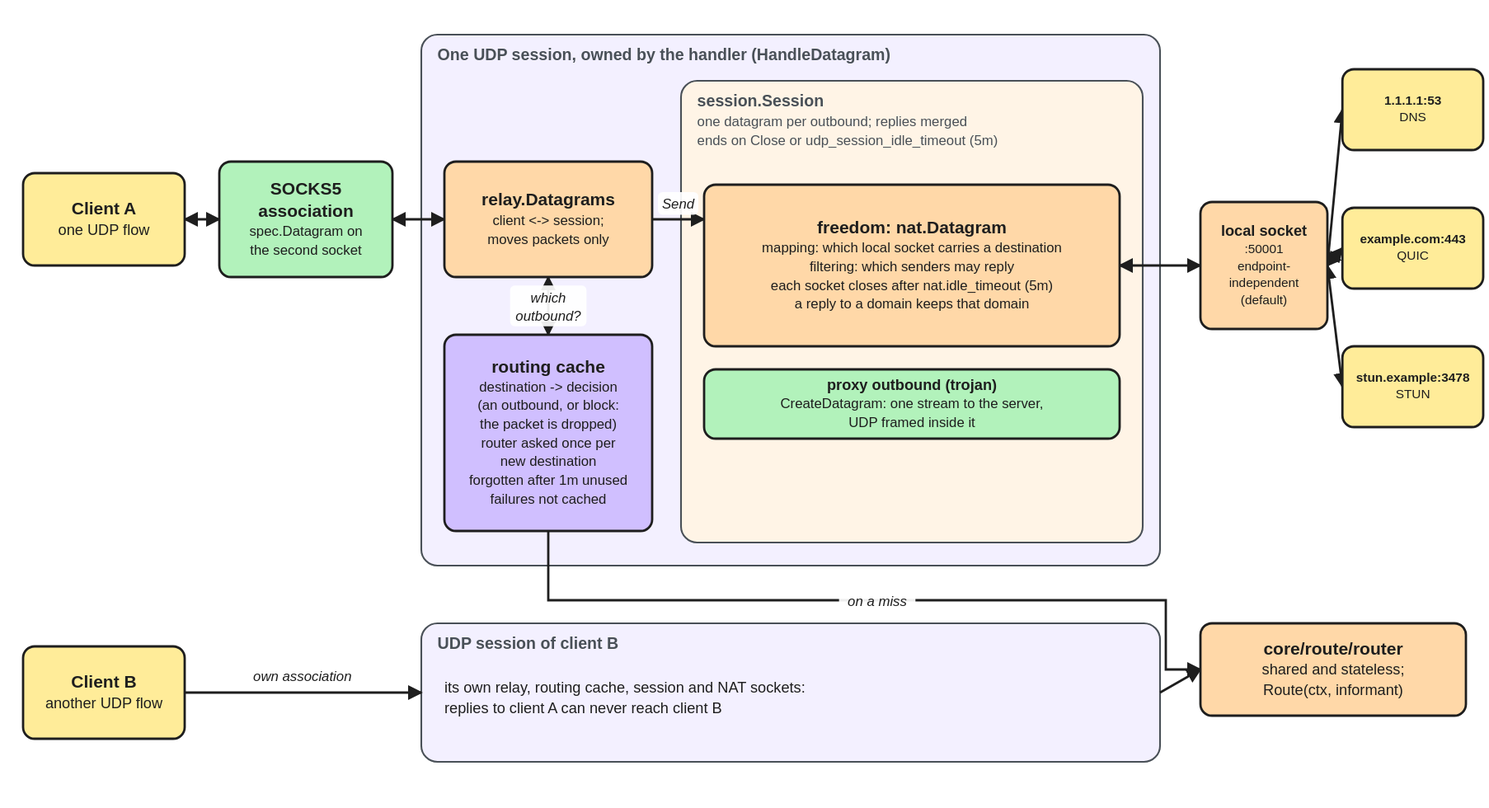
This is docs/assets/diagrams/udp-session-structure.excalidraw.svg from we-apranik/apranik, a Excalidraw export, as it was before one commit. Source tidied: one line per element, renumbered; positions are measured from the earlier drawing's top-left corner, leaving out a move shared by most shapes.
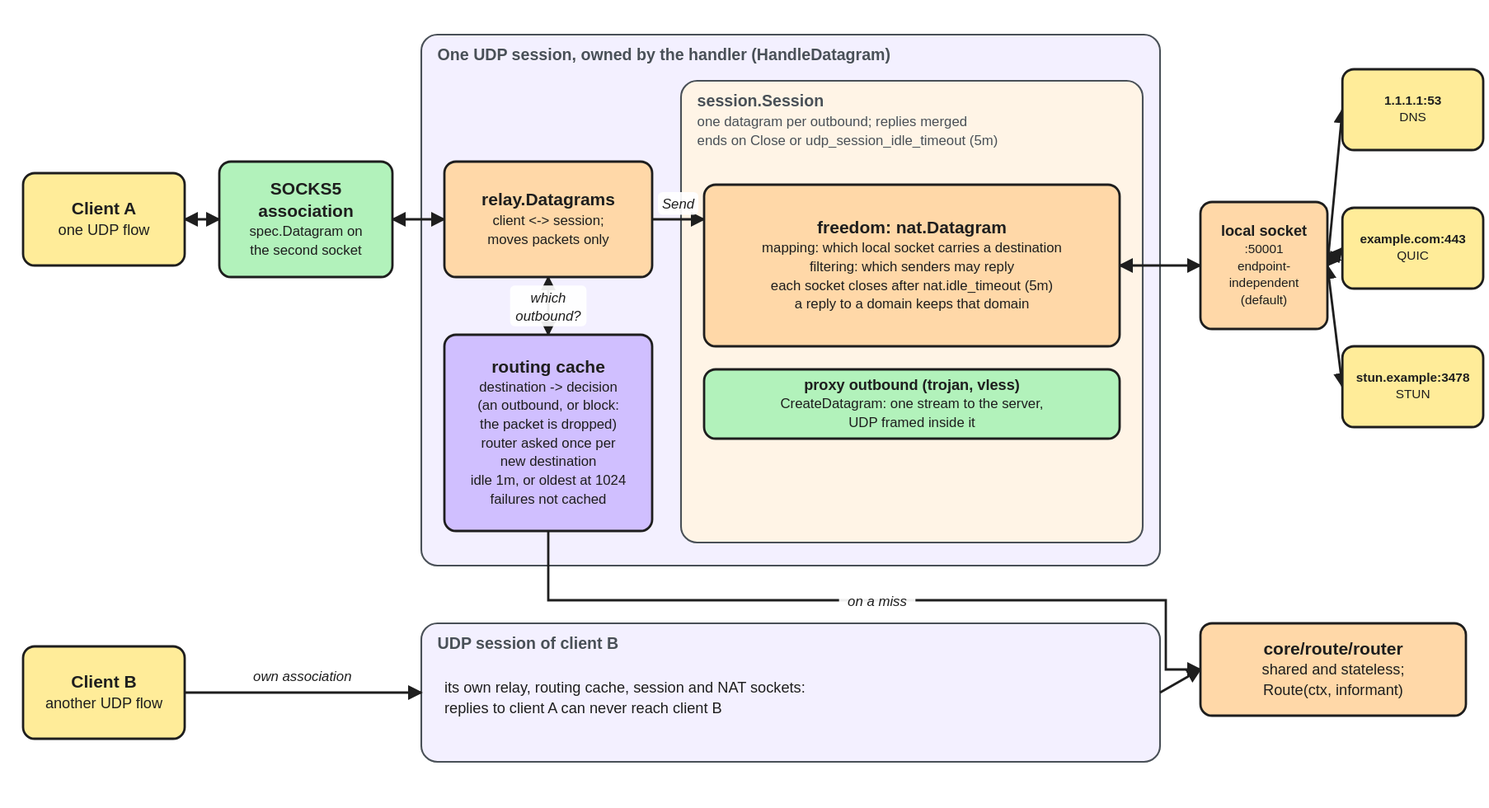
Above is the later version.

Commit message:
Docs: update the UDP session and sniffing diagrams

Change to the diagram source:
```diff
@@ -11,11 +11,11 @@
 {"id": 10, "type": "rectangle", "strokeColor": "#1e1e1e", "backgroundColor": "#ffd8a8", "fillStyle": "solid", "strokeWidth": 2, "roughness": 0, "round": true, "x": 365, "y": 110, "width": 180, "height": 100}
 {"id": 11, "type": "text", "text": "relay.Datagrams\nclient <-> session;\nmoves packets only", "strokeColor": "#1e1e1e", "strokeWidth": 2, "roughness": 0, "fontSize": 12, "fontFamily": 2, "textAlign": "center", "verticalAlign": "middle", "inside": 10, "x": 365, "y": 110, "width": 180, "height": 45}
 {"id": 12, "type": "rectangle", "strokeColor": "#1e1e1e", "backgroundColor": "#d0bfff", "fillStyle": "solid", "strokeWidth": 2, "roughness": 0, "round": true, "x": 365, "y": 260, "width": 180, "height": 170}
-{"id": 13, "type": "text", "text": "routing cache\ndestination -> decision\n(an outbound, or block:\nthe packet is dropped)\nrouter asked once per\nnew destination\nforgotten after 1m unused\nfailures not cached", "strokeColor": "#1e1e1e", "strokeWidth": 2, "roughness": 0, "fontSize": 12, "fontFamily": 2, "textAlign": "center", "verticalAlign": "middle", "inside": 12, "x": 365, "y": 260, "width": 180, "height": 120}
+{"id": 13, "type": "text", "text": "routing cache\ndestination -> decision\n(an outbound, or block:\nthe packet is dropped)\nrouter asked once per\nnew destination\nidle 1m, or oldest at 1024\nfailures not cached", "strokeColor": "#1e1e1e", "strokeWidth": 2, "roughness": 0, "fontSize": 12, "fontFamily": 2, "textAlign": "center", "verticalAlign": "middle", "inside": 12, "x": 365, "y": 260, "width": 180, "height": 120}
 {"id": 14, "type": "rectangle", "strokeColor": "#1e1e1e", "backgroundColor": "#ffd8a8", "fillStyle": "solid", "strokeWidth": 2, "roughness": 0, "round": true, "x": 590, "y": 130, "width": 360, "height": 140}
 {"id": 15, "type": "text", "text": "freedom: nat.Datagram\nmapping: which local socket carries a destination\nfiltering: which senders may reply\neach socket closes after nat.idle_timeout (5m)\na reply to a domain keeps that domain", "strokeColor": "#1e1e1e", "strokeWidth": 2, "roughness": 0, "fontSize": 12, "fontFamily": 2, "textAlign": "center", "verticalAlign": "middle", "inside": 14, "x": 590, "y": 130, "width": 360, "height": 75}
 {"id": 16, "type": "rectangle", "strokeColor": "#1e1e1e", "backgroundColor": "#b2f2bb", "fillStyle": "solid", "strokeWidth": 2, "roughness": 0, "round": true, "x": 590, "y": 290, "width": 360, "height": 60}
-{"id": 17, "type": "text", "text": "proxy outbound (trojan)\nCreateDatagram: one stream to the server,\nUDP framed inside it", "strokeColor": "#1e1e1e", "strokeWidth": 2, "roughness": 0, "fontSize": 12, "fontFamily": 2, "textAlign": "center", "verticalAlign": "middle", "inside": 16, "x": 590, "y": 290, "width": 360, "height": 45}
+{"id": 17, "type": "text", "text": "proxy outbound (trojan, vless)\nCreateDatagram: one stream to the server,\nUDP framed inside it", "strokeColor": "#1e1e1e", "strokeWidth": 2, "roughness": 0, "fontSize": 12, "fontFamily": 2, "textAlign": "center", "verticalAlign": "middle", "inside": 16, "x": 590, "y": 290, "width": 360, "height": 45}
 {"id": 18, "type": "rectangle", "strokeColor": "#1e1e1e", "backgroundColor": "#ffd8a8", "fillStyle": "solid", "strokeWidth": 2, "roughness": 0, "round": true, "x": 1020, "y": 145, "width": 110, "height": 110}
 {"id": 19, "type": "text", "text": "local socket\n:50001\nendpoint-\nindependent\n(default)", "strokeColor": "#1e1e1e", "strokeWidth": 2, "roughness": 0, "fontSize": 11, "fontFamily": 2, "textAlign": "center", "verticalAlign": "middle", "inside": 18, "x": 1020, "y": 145, "width": 110, "height": 69}
 {"id": 20, "type": "rectangle", "strokeColor": "#1e1e1e", "backgroundColor": "#ffec99", "fillStyle": "solid", "strokeWidth": 2, "roughness": 0, "round": true, "x": 1143, "y": 30, "width": 122, "height": 70}
```
